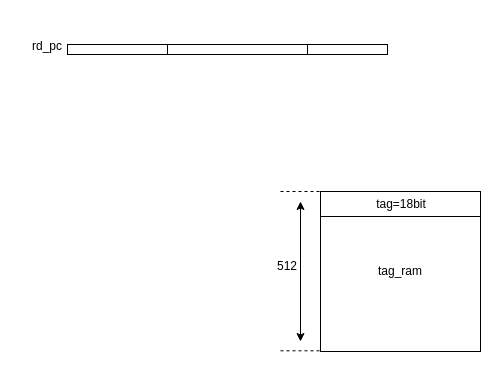
Before: page "第 2 页" (2 of 2) of AXI-lite-reg.drawio in xiaoqiangshijie/oscpu-framework, a draw.io diagram. Source tidied: cells renumbered, new cells numbered last; positions are measured from the earlier drawing's top-left corner, leaving out a move shared by most shapes. Both pictures are drawn from the tidied source at 100%, with x=0, y=0 at pixel (17, 29).
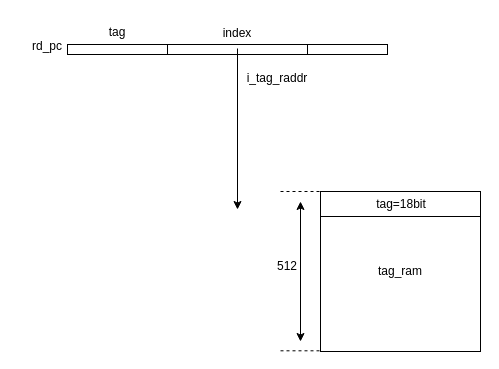
Above is the later version.

Unchanged cells that the change refers to:
```xml
<mxCell id="11" style="group;" parent="1" vertex="1">
  <mxGeometry x="20" y="15" width="320" height="10" as="geometry" />
</mxCell>
```

Change to the diagram source:
```diff
@@
+    <mxCell id="15" value="index" style="text;strokeColor=none;align=center;fillColor=none;html=1;verticalAlign=middle;whiteSpace=wrap;rounded=0;" parent="11" vertex="1">
+      <mxGeometry x="170" y="-26" width="60" height="30" as="geometry" />
+    </mxCell>
@@
+    <mxCell id="16" value="tag&lt;br&gt;" style="text;strokeColor=none;align=center;fillColor=none;html=1;verticalAlign=middle;whiteSpace=wrap;rounded=0;" parent="1" vertex="1">
+      <mxGeometry x="70" y="-12" width="60" height="30" as="geometry" />
+    </mxCell>
+    <mxCell id="17" value="i_tag_raddr" style="text;strokeColor=none;align=center;fillColor=none;html=1;verticalAlign=middle;whiteSpace=wrap;rounded=0;" parent="1" vertex="1">
+      <mxGeometry x="230" y="34" width="60" height="30" as="geometry" />
+    </mxCell>
+    <mxCell id="18" style="edgeStyle=orthogonalEdgeStyle;rounded=0;jettySize=auto;html=1;" parent="1" edge="1" source="15">
+      <mxGeometry relative="1" as="geometry">
+        <mxPoint x="220" y="180" as="targetPoint" />
+      </mxGeometry>
+    </mxCell>
```
